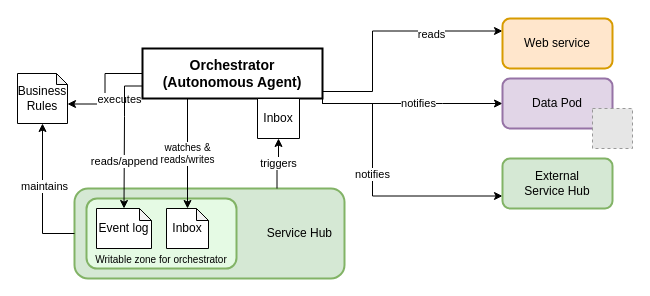
Above: diagrams/high-level-servicehub.drawio in MellonScholarlyCommunication/spec-orchestrator (draw.io), before the change. Source tidied: cells renumbered, new cells numbered last; positions are measured from the earlier drawing's top-left corner, leaving out a move shared by most shapes. Both pictures are drawn from the tidied source at 100%, with x=0, y=0 at pixel (17, 18). Pictures stored in the file or linked from it are replaced by grey dashed boxes.
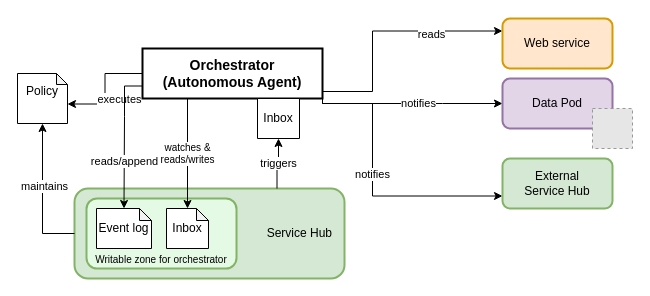
After the change.

The edit, as a diff of the source:
```diff
@@
-    <mxCell id="4" value="&lt;div&gt;Business&lt;/div&gt;&lt;div&gt;Rules&lt;br&gt;&lt;/div&gt;" style="shape=note;whiteSpace=wrap;html=1;backgroundOutline=1;darkOpacity=0.05;strokeWidth=1;size=11;" parent="1" vertex="1">
+    <mxCell id="4" value="&lt;div&gt;Policy&lt;/div&gt;&lt;div&gt;&lt;br&gt;&lt;/div&gt;" style="shape=note;whiteSpace=wrap;html=1;backgroundOutline=1;darkOpacity=0.05;strokeWidth=1;size=11;" parent="1" vertex="1">
       <mxGeometry y="55" width="50" height="50" as="geometry" />
     </mxCell>
```
